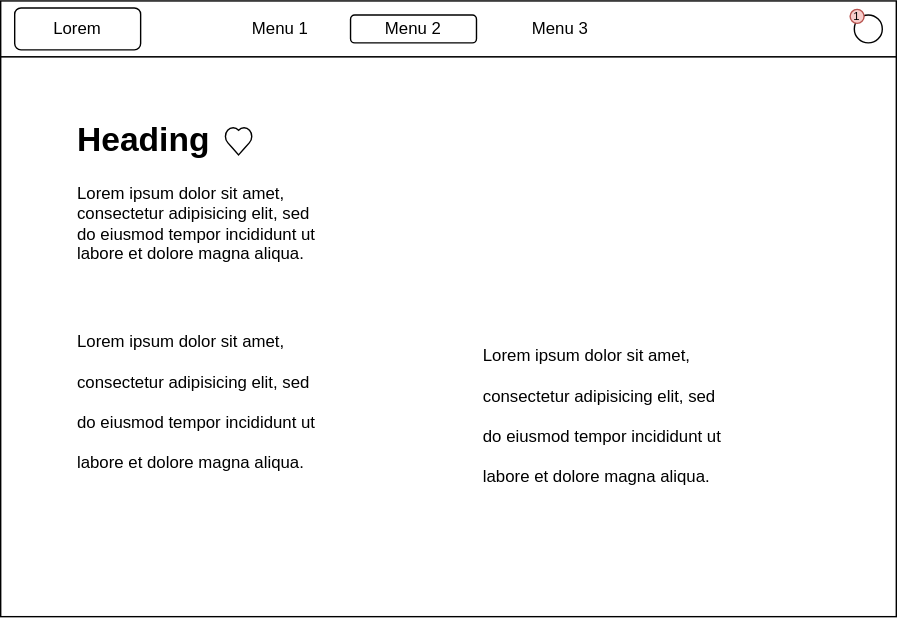
Earlier version of the draw.io export docs/sales-product.drawio.svg (Arnolddomaya/sales-web-app). Source tidied: cells renumbered, new cells last; positions are measured from the earlier drawing's top-left corner, leaving out a move shared by most shapes. Its diagram source:
```xml
<mxGraphModel>
  <root>
    <mxCell id="0" />
    <mxCell id="1" parent="0" />
    <mxCell id="2" style="group;" parent="1" vertex="1">
      <mxGeometry width="640" height="40" as="geometry" />
    </mxCell>
    <mxCell id="3" style="rounded=0;whiteSpace=wrap;html=1;" parent="2" vertex="1">
      <mxGeometry width="640" height="40" as="geometry" />
    </mxCell>
    <mxCell id="4" value="Lorem" style="rounded=1;whiteSpace=wrap;html=1;" parent="2" vertex="1">
      <mxGeometry x="10" y="5" width="90" height="30" as="geometry" />
    </mxCell>
    <mxCell id="5" value="Menu 2" style="rounded=1;whiteSpace=wrap;html=1;" parent="2" vertex="1">
      <mxGeometry x="250" y="10" width="90" height="20" as="geometry" />
    </mxCell>
    <mxCell id="6" value="Menu 1" style="text;html=1;strokeColor=none;fillColor=none;align=center;verticalAlign=middle;whiteSpace=wrap;rounded=0;" parent="2" vertex="1">
      <mxGeometry x="170" y="5" width="60" height="30" as="geometry" />
    </mxCell>
    <mxCell id="7" value="Menu 3" style="text;html=1;strokeColor=none;fillColor=none;align=center;verticalAlign=middle;whiteSpace=wrap;rounded=0;" parent="2" vertex="1">
      <mxGeometry x="370" y="5" width="60" height="30" as="geometry" />
    </mxCell>
    <mxCell id="8" style="ellipse;whiteSpace=wrap;html=1;" parent="2" vertex="1">
      <mxGeometry x="610" y="10" width="20" height="20" as="geometry" />
    </mxCell>
    <mxCell id="9" value="1" style="ellipse;whiteSpace=wrap;html=1;fillColor=#f8cecc;strokeColor=#b85450;fontSize=8;" parent="2" vertex="1">
      <mxGeometry x="607" y="6" width="10" height="10" as="geometry" />
    </mxCell>
    <mxCell id="10" style="rounded=0;whiteSpace=wrap;html=1;" parent="1" vertex="1">
      <mxGeometry y="40" width="640" height="400" as="geometry" />
    </mxCell>
    <mxCell id="11" value="&lt;h1&gt;Heading&lt;/h1&gt;&lt;p&gt;Lorem ipsum dolor sit amet, consectetur adipisicing elit, sed do eiusmod tempor incididunt ut labore et dolore magna aliqua.&lt;/p&gt;" style="text;html=1;strokeColor=none;fillColor=none;spacing=5;spacingTop=-20;whiteSpace=wrap;overflow=hidden;rounded=0;" parent="1" vertex="1">
      <mxGeometry x="50" y="80" width="190" height="120" as="geometry" />
    </mxCell>
    <mxCell id="12" value="&lt;h1&gt;&lt;span style=&quot;background-color: initial; font-size: 12px; font-weight: normal;&quot;&gt;Lorem ipsum dolor sit amet, consectetur adipisicing elit, sed do eiusmod tempor incididunt ut labore et dolore magna aliqua.&lt;/span&gt;&lt;br&gt;&lt;/h1&gt;" style="text;html=1;strokeColor=none;fillColor=none;spacing=5;spacingTop=-20;whiteSpace=wrap;overflow=hidden;rounded=0;" parent="1" vertex="1">
      <mxGeometry x="50" y="220" width="190" height="120" as="geometry" />
    </mxCell>
    <mxCell id="13" value="&lt;h1&gt;&lt;span style=&quot;background-color: initial; font-size: 12px; font-weight: normal;&quot;&gt;Lorem ipsum dolor sit amet, consectetur adipisicing elit, sed do eiusmod tempor incididunt ut labore et dolore magna aliqua.&lt;/span&gt;&lt;br&gt;&lt;/h1&gt;" style="text;html=1;strokeColor=none;fillColor=none;spacing=5;spacingTop=-20;whiteSpace=wrap;overflow=hidden;rounded=0;" parent="1" vertex="1">
      <mxGeometry x="340" y="230" width="190" height="120" as="geometry" />
    </mxCell>
    <mxCell id="14" style="verticalLabelPosition=bottom;verticalAlign=top;html=1;shape=mxgraph.basic.heart;" parent="1" vertex="1">
      <mxGeometry x="160" y="90" width="20" height="20" as="geometry" />
    </mxCell>
  </root>
</mxGraphModel>
```
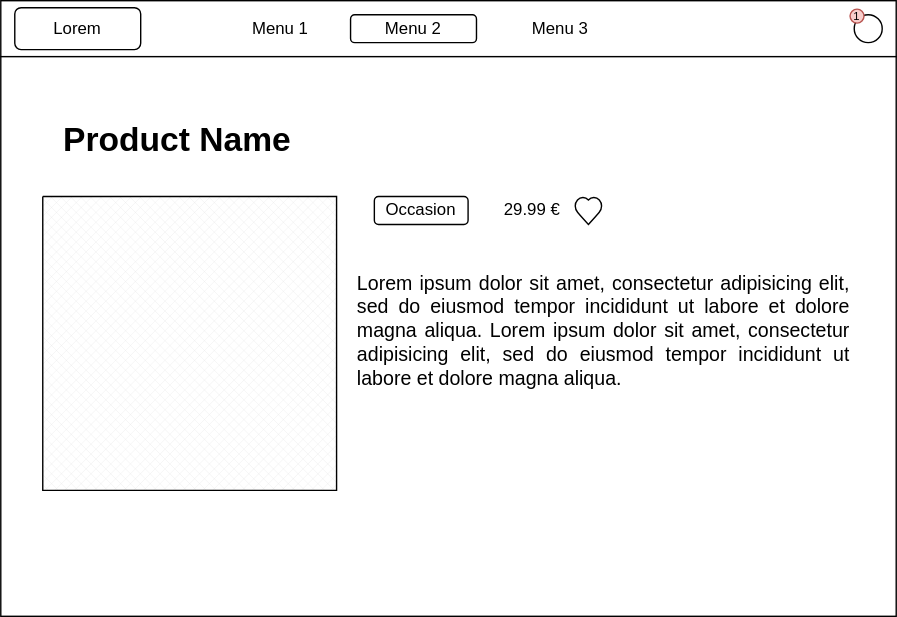
The same file after the commit.

Diff of the diagram source:
```diff
@@ -29,17 +29,23 @@
     <mxCell id="10" style="rounded=0;whiteSpace=wrap;html=1;" parent="1" vertex="1">
       <mxGeometry y="40" width="640" height="400" as="geometry" />
     </mxCell>
-    <mxCell id="11" value="&lt;h1&gt;Heading&lt;/h1&gt;&lt;p&gt;Lorem ipsum dolor sit amet, consectetur adipisicing elit, sed do eiusmod tempor incididunt ut labore et dolore magna aliqua.&lt;/p&gt;" style="text;html=1;strokeColor=none;fillColor=none;spacing=5;spacingTop=-20;whiteSpace=wrap;overflow=hidden;rounded=0;" parent="1" vertex="1">
-      <mxGeometry x="50" y="80" width="190" height="120" as="geometry" />
+    <mxCell id="11" value="&lt;h1&gt;Product Name&lt;/h1&gt;" style="text;html=1;strokeColor=none;fillColor=none;spacing=5;spacingTop=-20;whiteSpace=wrap;overflow=hidden;rounded=0;" parent="1" vertex="1">
+      <mxGeometry x="40" y="80" width="190" height="50" as="geometry" />
     </mxCell>
-    <mxCell id="12" value="&lt;h1&gt;&lt;span style=&quot;background-color: initial; font-size: 12px; font-weight: normal;&quot;&gt;Lorem ipsum dolor sit amet, consectetur adipisicing elit, sed do eiusmod tempor incididunt ut labore et dolore magna aliqua.&lt;/span&gt;&lt;br&gt;&lt;/h1&gt;" style="text;html=1;strokeColor=none;fillColor=none;spacing=5;spacingTop=-20;whiteSpace=wrap;overflow=hidden;rounded=0;" parent="1" vertex="1">
-      <mxGeometry x="50" y="220" width="190" height="120" as="geometry" />
-    </mxCell>
-    <mxCell id="13" value="&lt;h1&gt;&lt;span style=&quot;background-color: initial; font-size: 12px; font-weight: normal;&quot;&gt;Lorem ipsum dolor sit amet, consectetur adipisicing elit, sed do eiusmod tempor incididunt ut labore et dolore magna aliqua.&lt;/span&gt;&lt;br&gt;&lt;/h1&gt;" style="text;html=1;strokeColor=none;fillColor=none;spacing=5;spacingTop=-20;whiteSpace=wrap;overflow=hidden;rounded=0;" parent="1" vertex="1">
-      <mxGeometry x="340" y="230" width="190" height="120" as="geometry" />
+    <mxCell id="13" value="&lt;h1 style=&quot;text-align: justify; font-size: 14px;&quot;&gt;&lt;span style=&quot;font-weight: normal;&quot;&gt;&lt;span style=&quot;background-color: initial; font-size: 14px;&quot;&gt;Lorem ipsum dolor sit amet, consectetur adipisicing elit, sed do eiusmod tempor incididunt ut labore et dolore magna aliqua.&amp;nbsp;&lt;/span&gt;Lorem ipsum dolor sit amet, consectetur adipisicing elit, sed do eiusmod tempor incididunt ut labore et dolore magna aliqua.&lt;/span&gt;&lt;br style=&quot;font-size: 14px;&quot;&gt;&lt;/h1&gt;" style="text;html=1;strokeColor=none;fillColor=none;spacing=5;spacingTop=-20;whiteSpace=wrap;overflow=hidden;rounded=0;fontSize=14;fontStyle=0;" parent="1" vertex="1">
+      <mxGeometry x="250" y="195" width="360" height="100" as="geometry" />
     </mxCell>
     <mxCell id="14" style="verticalLabelPosition=bottom;verticalAlign=top;html=1;shape=mxgraph.basic.heart;" parent="1" vertex="1">
-      <mxGeometry x="160" y="90" width="20" height="20" as="geometry" />
+      <mxGeometry x="410" y="140" width="20" height="20" as="geometry" />
     </mxCell>
+    <mxCell id="15" style="verticalLabelPosition=bottom;verticalAlign=top;html=1;shape=mxgraph.basic.patternFillRect;fillStyle=diagGrid;step=5;fillStrokeWidth=0.2;fillStrokeColor=#dddddd;" parent="1" vertex="1">
+      <mxGeometry x="30" y="140" width="210" height="210" as="geometry" />
+    </mxCell>
+    <mxCell id="16" value="Occasion" style="rounded=1;whiteSpace=wrap;html=1;" parent="1" vertex="1">
+      <mxGeometry x="267" y="140" width="67" height="20" as="geometry" />
+    </mxCell>
+    <mxCell id="17" value="29.99 €" style="text;html=1;strokeColor=none;fillColor=none;align=center;verticalAlign=middle;whiteSpace=wrap;rounded=0;" parent="1" vertex="1">
+      <mxGeometry x="350" y="135" width="60" height="30" as="geometry" />
+    </mxCell>
   </root>
 </mxGraphModel>
```
